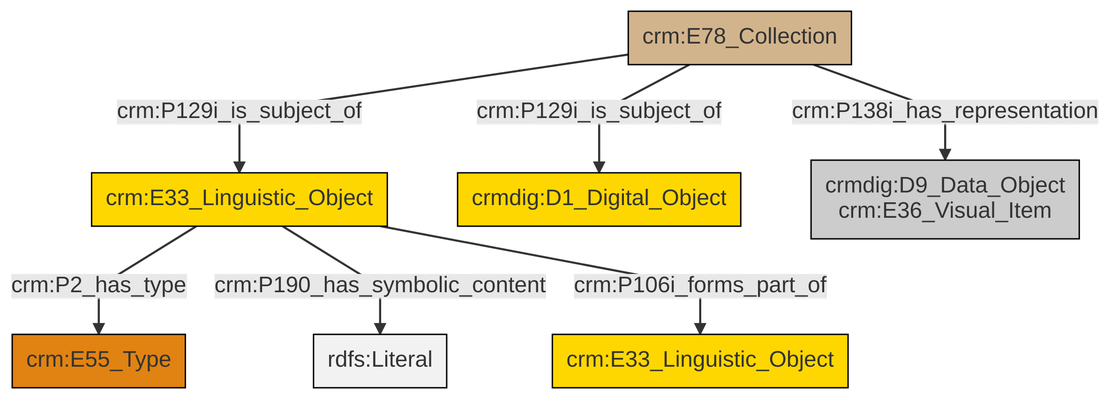
swiss-art-research-net/docs.swissartresearch keeps this Mermaid diagram as et/archivalCSV/ttl/mmd/png/archival_docs.png. Above is the earlier version. Its source is kept beside it as et/archivalCSV/ttl/mmd/archival_docs.ttl.mmd.
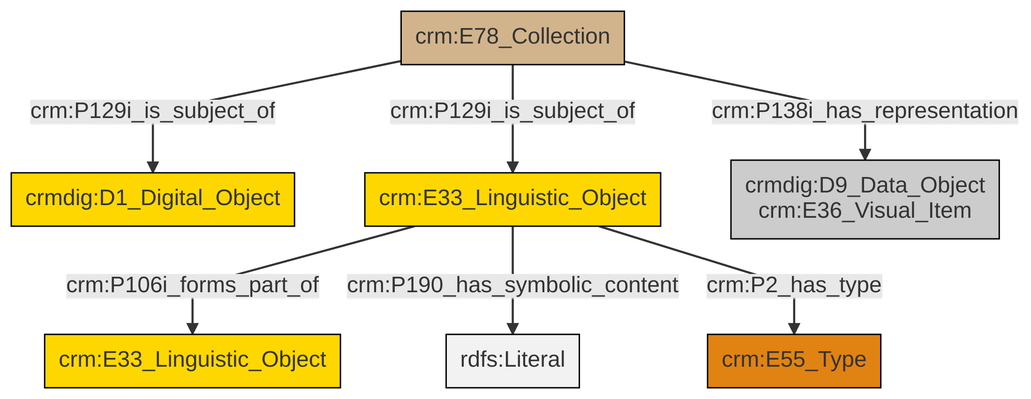
The same file after the commit.

The edit, as a diff of the source:
```diff
@@ -13,9 +13,9 @@
 classDef PC_Classes fill:#4ce600, stroke:#000000;
 classDef Multi fill:#cccccc,stroke:#000000;
 
-0["crm:E78_Collection"]:::Physical_Thing -->|crm:P129i_is_subject_of| 1["crm:E33_Linguistic_Object"]:::Conceptual_Object
-1["crm:E33_Linguistic_Object"]:::Conceptual_Object -->|crm:P2_has_type| 3["crm:E55_Type"]:::Type
-1["crm:E33_Linguistic_Object"]:::Conceptual_Object -->|crm:P190_has_symbolic_content| 14[rdfs:Literal]:::Literal
-0["crm:E78_Collection"]:::Physical_Thing -->|crm:P129i_is_subject_of| 5["crmdig:D1_Digital_Object"]:::Conceptual_Object
-1["crm:E33_Linguistic_Object"]:::Conceptual_Object -->|crm:P106i_forms_part_of| 10["crm:E33_Linguistic_Object"]:::Conceptual_Object
-0["crm:E78_Collection"]:::Physical_Thing -->|crm:P138i_has_representation| 7["crmdig:D9_Data_Object<br>crm:E36_Visual_Item"]:::Multi
+4["crm:E78_Collection"]:::Physical_Thing -->|crm:P129i_is_subject_of| 5["crm:E33_Linguistic_Object"]:::Conceptual_Object
+5["crm:E33_Linguistic_Object"]:::Conceptual_Object -->|crm:P106i_forms_part_of| 7["crm:E33_Linguistic_Object"]:::Conceptual_Object
+4["crm:E78_Collection"]:::Physical_Thing -->|crm:P138i_has_representation| 8["crmdig:D9_Data_Object<br>crm:E36_Visual_Item"]:::Multi
+5["crm:E33_Linguistic_Object"]:::Conceptual_Object -->|crm:P190_has_symbolic_content| 9[rdfs:Literal]:::Literal
+4["crm:E78_Collection"]:::Physical_Thing -->|crm:P129i_is_subject_of| 0["crmdig:D1_Digital_Object"]:::Conceptual_Object
+5["crm:E33_Linguistic_Object"]:::Conceptual_Object -->|crm:P2_has_type| 2["crm:E55_Type"]:::Type
```
